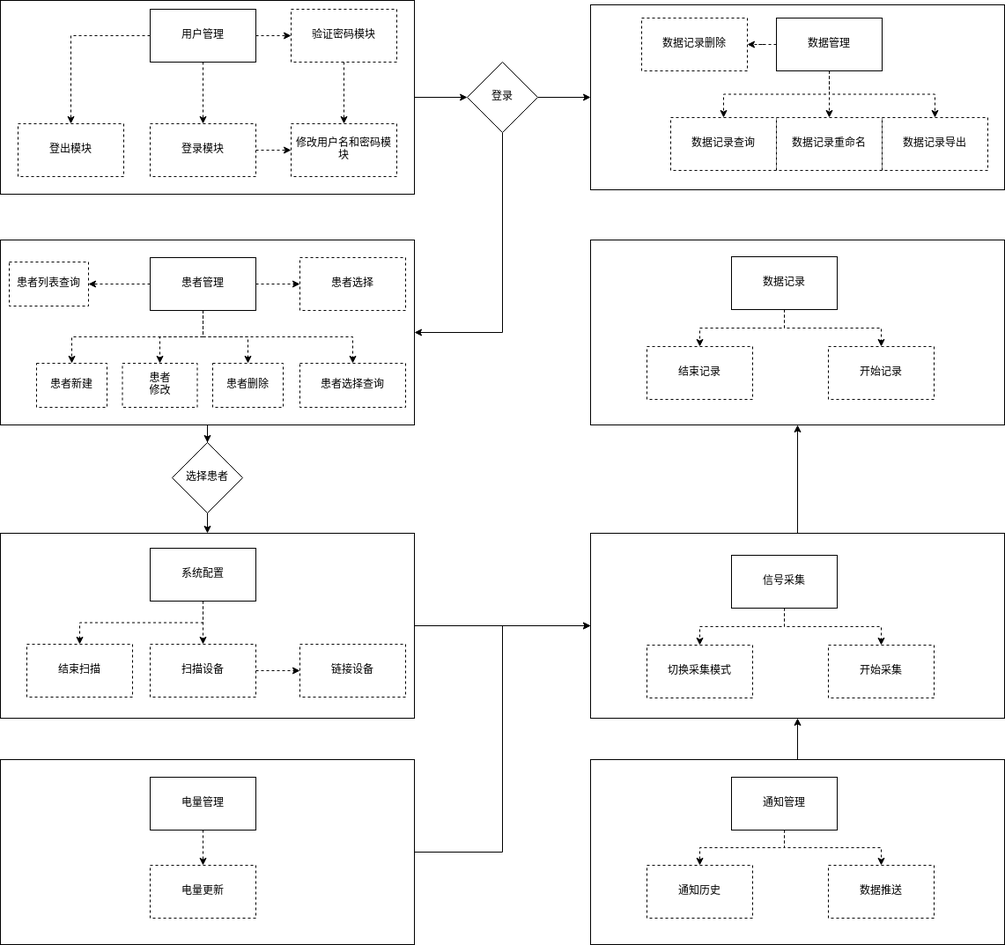
Before: 图片/详细设计-后端-模结构示意图.png, a diagram exported from draw.io (yz360307/draw). Source tidied: cells renumbered, new cells last; positions are measured from the earlier drawing's top-left corner, leaving out a move shared by most shapes. The source it was exported from:
```xml
<mxGraphModel>
  <root>
    <mxCell id="0" />
    <mxCell id="1" parent="0" />
    <mxCell id="2" style="edgeStyle=orthogonalEdgeStyle;rounded=0;jettySize=auto;html=1;" parent="1" edge="1" source="3" target="54">
      <mxGeometry relative="1" as="geometry" />
    </mxCell>
    <mxCell id="3" style="rounded=0;whiteSpace=wrap;html=1;" parent="1" vertex="1">
      <mxGeometry y="605" width="470" height="210" as="geometry" />
    </mxCell>
    <mxCell id="4" style="whiteSpace=wrap;html=1;rounded=0;" parent="1" vertex="1">
      <mxGeometry x="670" y="5" width="470" height="210" as="geometry" />
    </mxCell>
    <mxCell id="5" style="edgeStyle=orthogonalEdgeStyle;rounded=0;jettySize=auto;html=1;" parent="1" edge="1" source="6" target="42">
      <mxGeometry relative="1" as="geometry" />
    </mxCell>
    <mxCell id="6" style="whiteSpace=wrap;html=1;rounded=0;" parent="1" vertex="1">
      <mxGeometry y="272" width="470" height="210" as="geometry" />
    </mxCell>
    <mxCell id="7" style="edgeStyle=orthogonalEdgeStyle;rounded=0;jettySize=auto;html=1;" parent="1" edge="1" source="8" target="40">
      <mxGeometry relative="1" as="geometry" />
    </mxCell>
    <mxCell id="8" style="rounded=0;whiteSpace=wrap;html=1;" parent="1" vertex="1">
      <mxGeometry width="470" height="220" as="geometry" />
    </mxCell>
    <mxCell id="9" style="edgeStyle=orthogonalEdgeStyle;rounded=0;jettySize=auto;html=1;dashed=1;" parent="1" edge="1" source="13" target="14">
      <mxGeometry relative="1" as="geometry" />
    </mxCell>
    <mxCell id="10" style="edgeStyle=orthogonalEdgeStyle;rounded=0;jettySize=auto;html=1;dashed=1;" parent="1" edge="1" source="13" target="15">
      <mxGeometry relative="1" as="geometry" />
    </mxCell>
    <mxCell id="11" style="edgeStyle=orthogonalEdgeStyle;rounded=0;jettySize=auto;html=1;dashed=1;exitX=1;exitY=0.5;exitDx=0;exitDy=0;" parent="1" edge="1" source="15" target="16">
      <mxGeometry relative="1" as="geometry" />
    </mxCell>
    <mxCell id="12" style="edgeStyle=orthogonalEdgeStyle;rounded=0;jettySize=auto;html=1;dashed=1;" parent="1" edge="1" source="13" target="44">
      <mxGeometry relative="1" as="geometry" />
    </mxCell>
    <mxCell id="13" value="用户管理" style="whiteSpace=wrap;html=1;rounded=0;" parent="1" vertex="1">
      <mxGeometry x="170" y="10" width="120" height="60" as="geometry" />
    </mxCell>
    <mxCell id="14" value="登出模块" style="whiteSpace=wrap;html=1;rounded=0;dashed=1;" parent="1" vertex="1">
      <mxGeometry x="20" y="140" width="120" height="60" as="geometry" />
    </mxCell>
    <mxCell id="15" value="登录模块" style="whiteSpace=wrap;html=1;rounded=0;dashed=1;" parent="1" vertex="1">
      <mxGeometry x="170" y="140" width="120" height="60" as="geometry" />
    </mxCell>
    <mxCell id="16" value="修改用户名和密码模块" style="whiteSpace=wrap;html=1;rounded=0;dashed=1;" parent="1" vertex="1">
      <mxGeometry x="330" y="140" width="120" height="60" as="geometry" />
    </mxCell>
    <mxCell id="17" style="edgeStyle=orthogonalEdgeStyle;rounded=0;jettySize=auto;html=1;dashed=1;" parent="1" edge="1" source="23" target="24">
      <mxGeometry relative="1" as="geometry" />
    </mxCell>
    <mxCell id="18" style="edgeStyle=orthogonalEdgeStyle;rounded=0;jettySize=auto;html=1;dashed=1;" parent="1" edge="1" source="23" target="25">
      <mxGeometry relative="1" as="geometry" />
    </mxCell>
    <mxCell id="19" style="edgeStyle=orthogonalEdgeStyle;rounded=0;jettySize=auto;html=1;dashed=1;exitX=0.5;exitY=1;exitDx=0;exitDy=0;" parent="1" edge="1" source="23" target="26">
      <mxGeometry relative="1" as="geometry" />
    </mxCell>
    <mxCell id="20" style="edgeStyle=orthogonalEdgeStyle;rounded=0;jettySize=auto;html=1;dashed=1;" parent="1" edge="1" source="23" target="28">
      <mxGeometry relative="1" as="geometry" />
    </mxCell>
    <mxCell id="21" style="edgeStyle=orthogonalEdgeStyle;rounded=0;jettySize=auto;html=1;entryX=0.5;entryY=0;entryDx=0;entryDy=0;dashed=1;" parent="1" edge="1" source="23" target="27">
      <mxGeometry relative="1" as="geometry" />
    </mxCell>
    <mxCell id="22" style="edgeStyle=orthogonalEdgeStyle;rounded=0;jettySize=auto;html=1;dashed=1;exitX=0.5;exitY=1;exitDx=0;exitDy=0;" parent="1" edge="1" source="23" target="45">
      <mxGeometry relative="1" as="geometry" />
    </mxCell>
    <mxCell id="23" value="患者管理" style="rounded=0;whiteSpace=wrap;html=1;" parent="1" vertex="1">
      <mxGeometry x="170" y="292" width="120" height="60" as="geometry" />
    </mxCell>
    <mxCell id="24" value="患者选择" style="whiteSpace=wrap;html=1;rounded=0;dashed=1;" parent="1" vertex="1">
      <mxGeometry x="340" y="292" width="120" height="60" as="geometry" />
    </mxCell>
    <mxCell id="25" value="患者列表查询" style="whiteSpace=wrap;html=1;rounded=0;dashed=1;" parent="1" vertex="1">
      <mxGeometry x="10" y="297" width="90" height="50" as="geometry" />
    </mxCell>
    <mxCell id="26" value="患者新建" style="whiteSpace=wrap;html=1;rounded=0;dashed=1;" parent="1" vertex="1">
      <mxGeometry x="41" y="412" width="80" height="50" as="geometry" />
    </mxCell>
    <mxCell id="27" value="患者删除" style="whiteSpace=wrap;html=1;rounded=0;dashed=1;" parent="1" vertex="1">
      <mxGeometry x="241" y="412" width="80" height="50" as="geometry" />
    </mxCell>
    <mxCell id="28" value="患者&lt;div&gt;修改&lt;/div&gt;" style="whiteSpace=wrap;html=1;rounded=0;dashed=1;" parent="1" vertex="1">
      <mxGeometry x="138.5" y="412" width="85" height="50" as="geometry" />
    </mxCell>
    <mxCell id="29" style="edgeStyle=orthogonalEdgeStyle;rounded=0;jettySize=auto;html=1;dashed=1;" parent="1" edge="1" source="33" target="34">
      <mxGeometry relative="1" as="geometry" />
    </mxCell>
    <mxCell id="30" style="edgeStyle=orthogonalEdgeStyle;rounded=0;jettySize=auto;html=1;dashed=1;" parent="1" edge="1" source="33" target="35">
      <mxGeometry relative="1" as="geometry" />
    </mxCell>
    <mxCell id="31" style="edgeStyle=orthogonalEdgeStyle;rounded=0;jettySize=auto;html=1;dashed=1;" parent="1" edge="1" source="33" target="36">
      <mxGeometry relative="1" as="geometry" />
    </mxCell>
    <mxCell id="32" style="edgeStyle=orthogonalEdgeStyle;rounded=0;jettySize=auto;html=1;dashed=1;" parent="1" edge="1" source="33" target="37">
      <mxGeometry relative="1" as="geometry" />
    </mxCell>
    <mxCell id="33" value="数据管理" style="rounded=0;whiteSpace=wrap;html=1;" parent="1" vertex="1">
      <mxGeometry x="881" y="20" width="120" height="60" as="geometry" />
    </mxCell>
    <mxCell id="34" value="数据记录删除" style="whiteSpace=wrap;html=1;rounded=0;dashed=1;" parent="1" vertex="1">
      <mxGeometry x="728" y="20" width="120" height="60" as="geometry" />
    </mxCell>
    <mxCell id="35" value="数据记录查询" style="whiteSpace=wrap;html=1;rounded=0;dashed=1;" parent="1" vertex="1">
      <mxGeometry x="761" y="133" width="120" height="60" as="geometry" />
    </mxCell>
    <mxCell id="36" value="数据记录重命名" style="whiteSpace=wrap;html=1;rounded=0;dashed=1;" parent="1" vertex="1">
      <mxGeometry x="881" y="133" width="120" height="60" as="geometry" />
    </mxCell>
    <mxCell id="37" value="数据记录导出" style="whiteSpace=wrap;html=1;rounded=0;dashed=1;" parent="1" vertex="1">
      <mxGeometry x="1001" y="133" width="120" height="60" as="geometry" />
    </mxCell>
    <mxCell id="38" style="edgeStyle=orthogonalEdgeStyle;rounded=0;jettySize=auto;html=1;entryX=0;entryY=0.5;entryDx=0;entryDy=0;" parent="1" edge="1" source="40" target="4">
      <mxGeometry relative="1" as="geometry" />
    </mxCell>
    <mxCell id="39" style="edgeStyle=orthogonalEdgeStyle;rounded=0;jettySize=auto;html=1;entryX=1;entryY=0.5;entryDx=0;entryDy=0;exitX=0.5;exitY=1;exitDx=0;exitDy=0;" parent="1" edge="1" source="40" target="6">
      <mxGeometry relative="1" as="geometry" />
    </mxCell>
    <mxCell id="40" value="登录" style="rhombus;whiteSpace=wrap;html=1;rounded=0;" parent="1" vertex="1">
      <mxGeometry x="530" y="70" width="80" height="80" as="geometry" />
    </mxCell>
    <mxCell id="41" style="edgeStyle=orthogonalEdgeStyle;rounded=0;jettySize=auto;html=1;" parent="1" edge="1" source="42" target="3">
      <mxGeometry relative="1" as="geometry" />
    </mxCell>
    <mxCell id="42" value="选择患者" style="rhombus;whiteSpace=wrap;html=1;rounded=0;" parent="1" vertex="1">
      <mxGeometry x="195" y="502" width="80" height="80" as="geometry" />
    </mxCell>
    <mxCell id="43" style="edgeStyle=orthogonalEdgeStyle;rounded=0;jettySize=auto;html=1;entryX=0.5;entryY=0;entryDx=0;entryDy=0;dashed=1;" parent="1" edge="1" source="44" target="16">
      <mxGeometry relative="1" as="geometry" />
    </mxCell>
    <mxCell id="44" value="验证密码模块" style="whiteSpace=wrap;html=1;rounded=0;dashed=1;" parent="1" vertex="1">
      <mxGeometry x="330" y="10" width="120" height="60" as="geometry" />
    </mxCell>
    <mxCell id="45" value="患者选择查询" style="whiteSpace=wrap;html=1;rounded=0;dashed=1;" parent="1" vertex="1">
      <mxGeometry x="340" y="412" width="120" height="50" as="geometry" />
    </mxCell>
    <mxCell id="46" style="edgeStyle=orthogonalEdgeStyle;rounded=0;jettySize=auto;html=1;exitX=0.5;exitY=1;exitDx=0;exitDy=0;entryX=0.5;entryY=0;entryDx=0;entryDy=0;dashed=1;" parent="1" edge="1" source="48" target="51">
      <mxGeometry relative="1" as="geometry" />
    </mxCell>
    <mxCell id="47" style="edgeStyle=orthogonalEdgeStyle;rounded=0;jettySize=auto;html=1;entryX=0.5;entryY=0;entryDx=0;entryDy=0;dashed=1;" parent="1" edge="1" source="48" target="50">
      <mxGeometry relative="1" as="geometry" />
    </mxCell>
    <mxCell id="48" value="系统配置" style="rounded=0;whiteSpace=wrap;html=1;" parent="1" vertex="1">
      <mxGeometry x="170" y="622" width="120" height="60" as="geometry" />
    </mxCell>
    <mxCell id="49" style="edgeStyle=orthogonalEdgeStyle;rounded=0;jettySize=auto;html=1;dashed=1;" parent="1" edge="1" source="50" target="52">
      <mxGeometry relative="1" as="geometry" />
    </mxCell>
    <mxCell id="50" value="扫描设备" style="rounded=0;whiteSpace=wrap;html=1;dashed=1;" parent="1" vertex="1">
      <mxGeometry x="170" y="731" width="120" height="60" as="geometry" />
    </mxCell>
    <mxCell id="51" value="结束扫描" style="rounded=0;whiteSpace=wrap;html=1;dashed=1;" parent="1" vertex="1">
      <mxGeometry x="30" y="731" width="120" height="60" as="geometry" />
    </mxCell>
    <mxCell id="52" value="链接设备" style="whiteSpace=wrap;html=1;rounded=0;dashed=1;" parent="1" vertex="1">
      <mxGeometry x="340" y="731" width="120" height="60" as="geometry" />
    </mxCell>
    <mxCell id="53" style="edgeStyle=orthogonalEdgeStyle;rounded=0;jettySize=auto;html=1;exitX=0.5;exitY=0;exitDx=0;exitDy=0;" parent="1" edge="1" source="54" target="60">
      <mxGeometry relative="1" as="geometry" />
    </mxCell>
    <mxCell id="54" style="rounded=0;whiteSpace=wrap;html=1;" parent="1" vertex="1">
      <mxGeometry x="670" y="605" width="470" height="210" as="geometry" />
    </mxCell>
    <mxCell id="55" style="edgeStyle=orthogonalEdgeStyle;rounded=0;jettySize=auto;html=1;exitX=0.5;exitY=1;exitDx=0;exitDy=0;entryX=0.5;entryY=0;entryDx=0;entryDy=0;dashed=1;" parent="1" edge="1" source="57" target="59">
      <mxGeometry relative="1" as="geometry" />
    </mxCell>
    <mxCell id="56" style="edgeStyle=orthogonalEdgeStyle;rounded=0;jettySize=auto;html=1;entryX=0.5;entryY=0;entryDx=0;entryDy=0;dashed=1;" parent="1" edge="1" source="57" target="58">
      <mxGeometry relative="1" as="geometry" />
    </mxCell>
    <mxCell id="57" value="信号采集" style="rounded=0;whiteSpace=wrap;html=1;" parent="1" vertex="1">
      <mxGeometry x="830" y="630" width="120" height="60" as="geometry" />
    </mxCell>
    <mxCell id="58" value="切换采集模式" style="rounded=0;whiteSpace=wrap;html=1;dashed=1;" parent="1" vertex="1">
      <mxGeometry x="734" y="732" width="120" height="60" as="geometry" />
    </mxCell>
    <mxCell id="59" value="开始采集" style="rounded=0;whiteSpace=wrap;html=1;dashed=1;" parent="1" vertex="1">
      <mxGeometry x="940" y="732" width="120" height="60" as="geometry" />
    </mxCell>
    <mxCell id="60" style="rounded=0;whiteSpace=wrap;html=1;" parent="1" vertex="1">
      <mxGeometry x="670" y="272" width="470" height="210" as="geometry" />
    </mxCell>
    <mxCell id="61" style="edgeStyle=orthogonalEdgeStyle;rounded=0;jettySize=auto;html=1;exitX=0.5;exitY=1;exitDx=0;exitDy=0;entryX=0.5;entryY=0;entryDx=0;entryDy=0;dashed=1;" parent="1" edge="1" source="63" target="65">
      <mxGeometry relative="1" as="geometry" />
    </mxCell>
    <mxCell id="62" style="edgeStyle=orthogonalEdgeStyle;rounded=0;jettySize=auto;html=1;entryX=0.5;entryY=0;entryDx=0;entryDy=0;dashed=1;" parent="1" edge="1" source="63" target="64">
      <mxGeometry relative="1" as="geometry" />
    </mxCell>
    <mxCell id="63" value="数据记录" style="rounded=0;whiteSpace=wrap;html=1;" parent="1" vertex="1">
      <mxGeometry x="830" y="291" width="120" height="60" as="geometry" />
    </mxCell>
    <mxCell id="64" value="结束记录" style="rounded=0;whiteSpace=wrap;html=1;dashed=1;" parent="1" vertex="1">
      <mxGeometry x="734" y="393" width="120" height="60" as="geometry" />
    </mxCell>
    <mxCell id="65" value="开始记录" style="rounded=0;whiteSpace=wrap;html=1;dashed=1;" parent="1" vertex="1">
      <mxGeometry x="940" y="393" width="120" height="60" as="geometry" />
    </mxCell>
    <mxCell id="66" style="edgeStyle=orthogonalEdgeStyle;rounded=0;jettySize=auto;html=1;entryX=0;entryY=0.5;entryDx=0;entryDy=0;" parent="1" edge="1" source="67" target="54">
      <mxGeometry relative="1" as="geometry" />
    </mxCell>
    <mxCell id="67" style="rounded=0;whiteSpace=wrap;html=1;" parent="1" vertex="1">
      <mxGeometry y="862" width="470" height="210" as="geometry" />
    </mxCell>
    <mxCell id="68" style="edgeStyle=orthogonalEdgeStyle;rounded=0;jettySize=auto;html=1;entryX=0.5;entryY=0;entryDx=0;entryDy=0;dashed=1;" parent="1" edge="1" source="69" target="70">
      <mxGeometry relative="1" as="geometry" />
    </mxCell>
    <mxCell id="69" value="电量管理" style="rounded=0;whiteSpace=wrap;html=1;" parent="1" vertex="1">
      <mxGeometry x="170" y="882" width="120" height="60" as="geometry" />
    </mxCell>
    <mxCell id="70" value="电量更新" style="rounded=0;whiteSpace=wrap;html=1;dashed=1;" parent="1" vertex="1">
      <mxGeometry x="170" y="982" width="120" height="60" as="geometry" />
    </mxCell>
    <mxCell id="71" style="edgeStyle=orthogonalEdgeStyle;rounded=0;jettySize=auto;html=1;entryX=0.5;entryY=1;entryDx=0;entryDy=0;" parent="1" edge="1" source="72" target="54">
      <mxGeometry relative="1" as="geometry" />
    </mxCell>
    <mxCell id="72" style="rounded=0;whiteSpace=wrap;html=1;" parent="1" vertex="1">
      <mxGeometry x="670" y="862" width="470" height="210" as="geometry" />
    </mxCell>
    <mxCell id="73" style="edgeStyle=orthogonalEdgeStyle;rounded=0;jettySize=auto;html=1;exitX=0.5;exitY=1;exitDx=0;exitDy=0;entryX=0.5;entryY=0;entryDx=0;entryDy=0;dashed=1;" parent="1" edge="1" source="75" target="76">
      <mxGeometry relative="1" as="geometry" />
    </mxCell>
    <mxCell id="74" style="edgeStyle=orthogonalEdgeStyle;rounded=0;jettySize=auto;html=1;dashed=1;" parent="1" edge="1" source="75" target="77">
      <mxGeometry relative="1" as="geometry" />
    </mxCell>
    <mxCell id="75" value="通知管理" style="rounded=0;whiteSpace=wrap;html=1;" parent="1" vertex="1">
      <mxGeometry x="830" y="882" width="120" height="60" as="geometry" />
    </mxCell>
    <mxCell id="76" value="数据推送" style="rounded=0;whiteSpace=wrap;html=1;dashed=1;" parent="1" vertex="1">
      <mxGeometry x="940" y="982" width="120" height="60" as="geometry" />
    </mxCell>
    <mxCell id="77" value="通知历史" style="rounded=0;whiteSpace=wrap;html=1;dashed=1;" parent="1" vertex="1">
      <mxGeometry x="734" y="982" width="120" height="60" as="geometry" />
    </mxCell>
  </root>
</mxGraphModel>
```
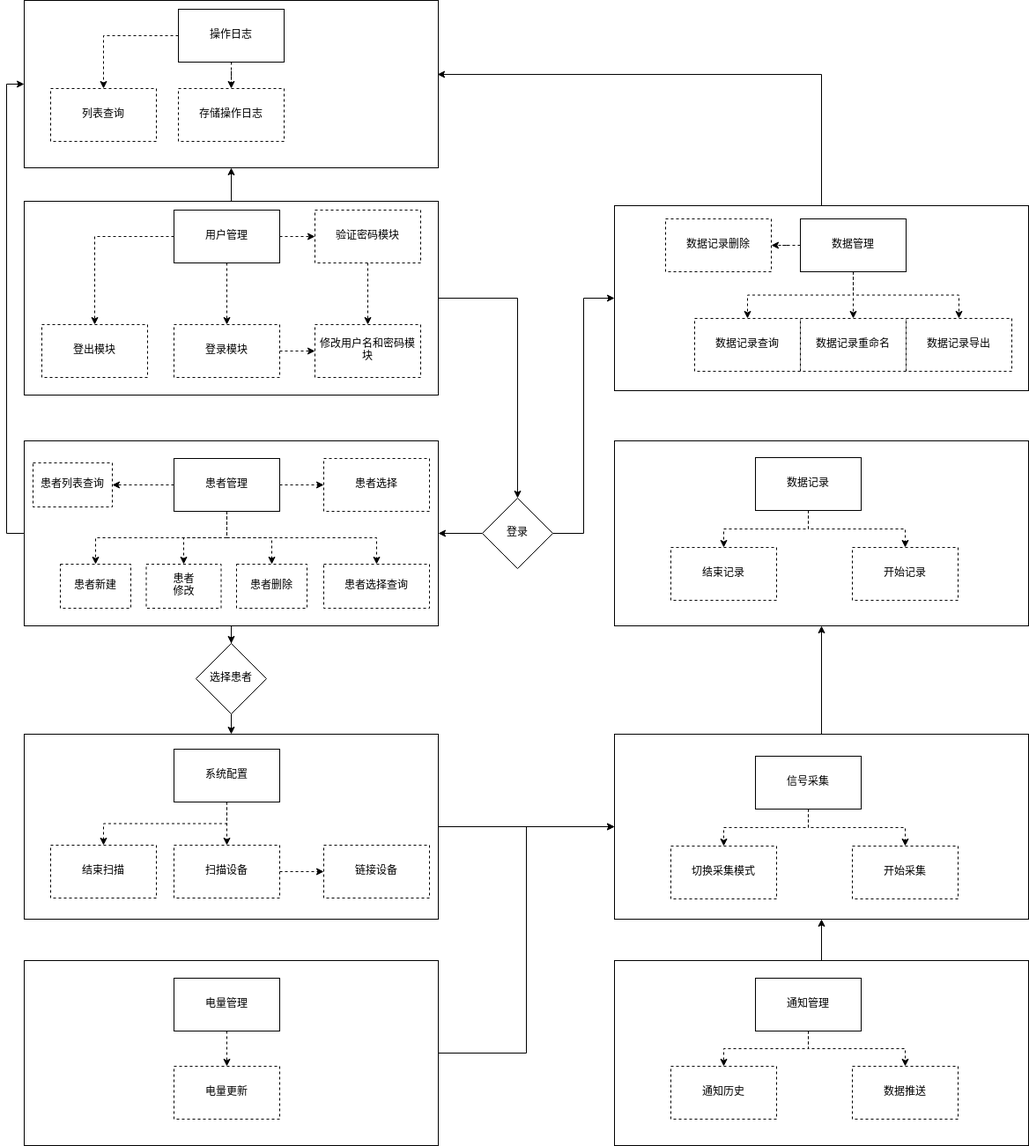
After the change.

Change to the diagram source:
```diff
@@ -14,12 +14,18 @@
     <mxCell id="5" style="edgeStyle=orthogonalEdgeStyle;rounded=0;jettySize=auto;html=1;" parent="1" edge="1" source="6" target="42">
       <mxGeometry relative="1" as="geometry" />
     </mxCell>
+    <mxCell id="78" style="edgeStyle=orthogonalEdgeStyle;rounded=0;jettySize=auto;html=1;entryX=0;entryY=0.5;entryDx=0;entryDy=0;exitX=0;exitY=0.5;exitDx=0;exitDy=0;" parent="1" edge="1" source="6" target="80">
+      <mxGeometry relative="1" as="geometry" />
+    </mxCell>
     <mxCell id="6" style="whiteSpace=wrap;html=1;rounded=0;" parent="1" vertex="1">
       <mxGeometry y="272" width="470" height="210" as="geometry" />
     </mxCell>
     <mxCell id="7" style="edgeStyle=orthogonalEdgeStyle;rounded=0;jettySize=auto;html=1;" parent="1" edge="1" source="8" target="40">
       <mxGeometry relative="1" as="geometry" />
     </mxCell>
+    <mxCell id="79" style="edgeStyle=orthogonalEdgeStyle;rounded=0;jettySize=auto;html=1;exitX=0.5;exitY=0;exitDx=0;exitDy=0;entryX=0.5;entryY=1;entryDx=0;entryDy=0;" parent="1" edge="1" source="8" target="80">
+      <mxGeometry relative="1" as="geometry" />
+    </mxCell>
     <mxCell id="8" style="rounded=0;whiteSpace=wrap;html=1;" parent="1" vertex="1">
       <mxGeometry width="470" height="220" as="geometry" />
     </mxCell>
@@ -113,11 +119,11 @@
     <mxCell id="38" style="edgeStyle=orthogonalEdgeStyle;rounded=0;jettySize=auto;html=1;entryX=0;entryY=0.5;entryDx=0;entryDy=0;" parent="1" edge="1" source="40" target="4">
       <mxGeometry relative="1" as="geometry" />
     </mxCell>
-    <mxCell id="39" style="edgeStyle=orthogonalEdgeStyle;rounded=0;jettySize=auto;html=1;entryX=1;entryY=0.5;entryDx=0;entryDy=0;exitX=0.5;exitY=1;exitDx=0;exitDy=0;" parent="1" edge="1" source="40" target="6">
+    <mxCell id="39" style="edgeStyle=orthogonalEdgeStyle;rounded=0;jettySize=auto;html=1;entryX=1;entryY=0.5;entryDx=0;entryDy=0;exitX=0;exitY=0.5;exitDx=0;exitDy=0;" parent="1" edge="1" source="40" target="6">
       <mxGeometry relative="1" as="geometry" />
     </mxCell>
     <mxCell id="40" value="登录" style="rhombus;whiteSpace=wrap;html=1;rounded=0;" parent="1" vertex="1">
-      <mxGeometry x="530" y="70" width="80" height="80" as="geometry" />
+      <mxGeometry x="520" y="337" width="80" height="80" as="geometry" />
     </mxCell>
     <mxCell id="41" style="edgeStyle=orthogonalEdgeStyle;rounded=0;jettySize=auto;html=1;" parent="1" edge="1" source="42" target="3">
       <mxGeometry relative="1" as="geometry" />
@@ -230,5 +236,26 @@
     <mxCell id="77" value="通知历史" style="rounded=0;whiteSpace=wrap;html=1;dashed=1;" parent="1" vertex="1">
       <mxGeometry x="734" y="982" width="120" height="60" as="geometry" />
     </mxCell>
+    <mxCell id="80" style="rounded=0;whiteSpace=wrap;html=1;" parent="1" vertex="1">
+      <mxGeometry y="-228" width="470" height="190" as="geometry" />
+    </mxCell>
+    <mxCell id="81" style="edgeStyle=orthogonalEdgeStyle;rounded=0;jettySize=auto;html=1;entryX=0.5;entryY=0;entryDx=0;entryDy=0;dashed=1;" parent="1" edge="1" source="83" target="85">
+      <mxGeometry relative="1" as="geometry" />
+    </mxCell>
+    <mxCell id="82" style="edgeStyle=orthogonalEdgeStyle;rounded=0;jettySize=auto;html=1;dashed=1;" parent="1" edge="1" source="83" target="84">
+      <mxGeometry relative="1" as="geometry" />
+    </mxCell>
+    <mxCell id="83" value="操作日志" style="rounded=0;whiteSpace=wrap;html=1;" parent="1" vertex="1">
+      <mxGeometry x="175" y="-218" width="120" height="60" as="geometry" />
+    </mxCell>
+    <mxCell id="84" value="列表查询" style="whiteSpace=wrap;html=1;rounded=0;dashed=1;" parent="1" vertex="1">
+      <mxGeometry x="30" y="-128" width="120" height="60" as="geometry" />
+    </mxCell>
+    <mxCell id="85" value="存储操作日志" style="whiteSpace=wrap;html=1;rounded=0;dashed=1;" parent="1" vertex="1">
+      <mxGeometry x="175" y="-128" width="120" height="60" as="geometry" />
+    </mxCell>
+    <mxCell id="86" style="edgeStyle=orthogonalEdgeStyle;rounded=0;jettySize=auto;html=1;entryX=0.998;entryY=0.442;entryDx=0;entryDy=0;entryPerimeter=0;exitX=0.5;exitY=0;exitDx=0;exitDy=0;" parent="1" edge="1" source="4" target="80">
+      <mxGeometry relative="1" as="geometry" />
+    </mxCell>
   </root>
 </mxGraphModel>
```
